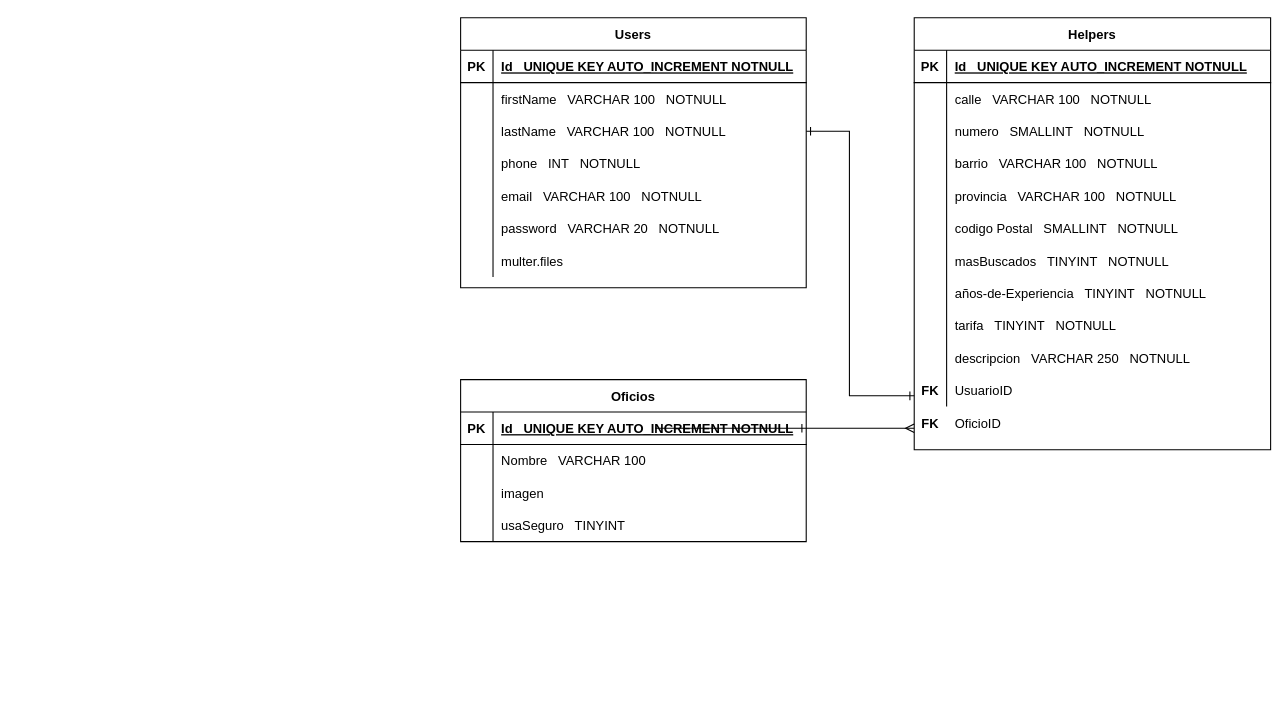
The draw.io diagram docs/diagrama-tablas.drawio in 0122CDFSNCN06LAED/grupo-06, before the edit. Source tidied: cells renumbered, new cells numbered last; positions are measured from the earlier drawing's top-left corner, leaving out a move shared by most shapes. Both pictures are drawn from the tidied source at 108%, with x=0, y=0 at pixel (460, 17).
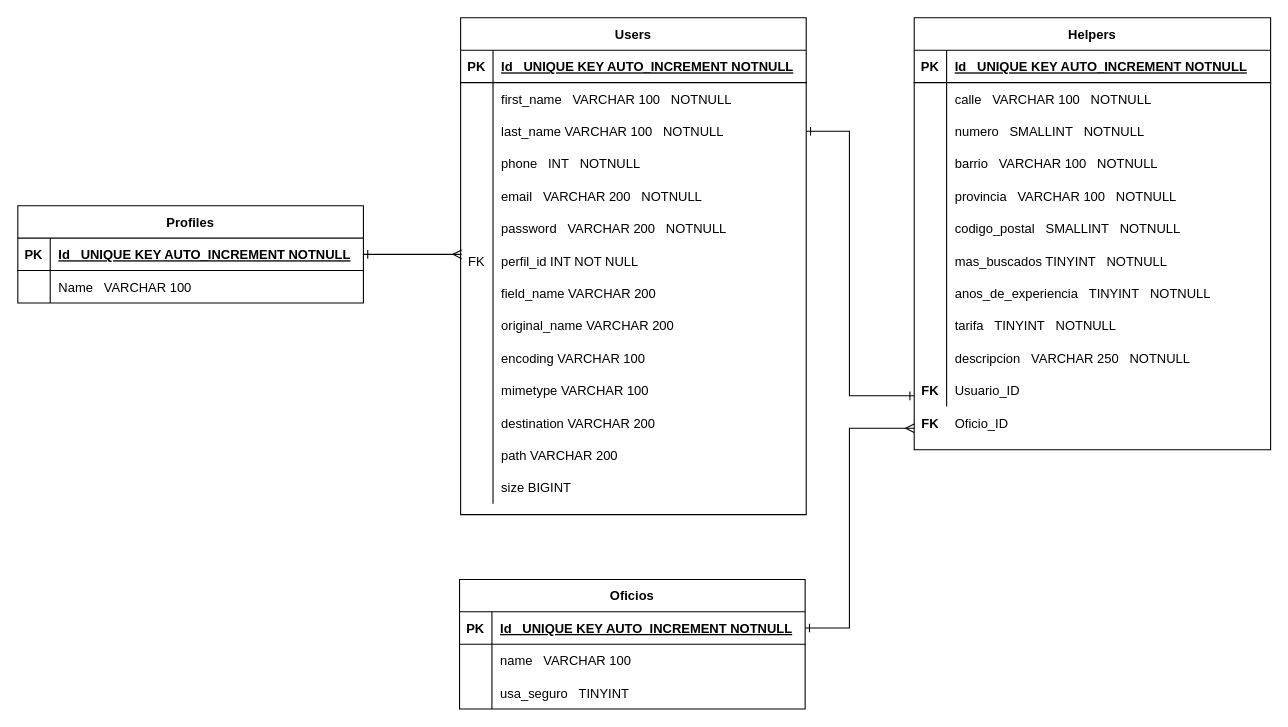
The same diagram, later.

Commit message (it also covers changes not shown here):
ajutes tablas y armado script de estructura

Unchanged cells that the change refers to:
```xml
<mxCell id="6" style="shape=tableRow;horizontal=0;startSize=0;swimlaneHead=0;swimlaneBody=0;fillColor=none;top=0;left=0;right=0;bottom=0;" parent="2" vertex="1">
  <mxGeometry y="60" width="320" height="30" as="geometry" />
</mxCell>
<mxCell id="9" style="shape=tableRow;horizontal=0;startSize=0;swimlaneHead=0;swimlaneBody=0;fillColor=none;points=[[0,0.5],[1,0.5]];portConstraint=eastwest;top=0;left=0;right=0;bottom=0;" parent="2" vertex="1">
  <mxGeometry y="90" width="320" height="30" as="geometry" />
</mxCell>
<mxCell id="15" style="shape=tableRow;horizontal=0;startSize=0;swimlaneHead=0;swimlaneBody=0;fillColor=none;top=0;left=0;right=0;bottom=0;" parent="2" vertex="1">
  <mxGeometry y="150" width="320" height="30" as="geometry" />
</mxCell>
<mxCell id="18" style="shape=tableRow;horizontal=0;startSize=0;swimlaneHead=0;swimlaneBody=0;fillColor=none;top=0;left=0;right=0;bottom=0;" parent="2" vertex="1">
  <mxGeometry y="180" width="320" height="30" as="geometry" />
</mxCell>
<mxCell id="21" style="shape=tableRow;horizontal=0;startSize=0;swimlaneHead=0;swimlaneBody=0;fillColor=none;points=[[0,0.5],[1,0.5]];portConstraint=eastwest;top=0;left=0;right=0;bottom=0;" parent="2" vertex="1">
  <mxGeometry y="210" width="320" height="30" as="geometry" />
</mxCell>
<mxCell id="40" style="shape=tableRow;horizontal=0;startSize=0;swimlaneHead=0;swimlaneBody=0;fillColor=none;top=0;left=0;right=0;bottom=0;" parent="24" vertex="1">
  <mxGeometry y="180" width="330" height="30" as="geometry" />
</mxCell>
<mxCell id="43" style="shape=tableRow;horizontal=0;startSize=0;swimlaneHead=0;swimlaneBody=0;fillColor=none;top=0;left=0;right=0;bottom=0;" parent="24" vertex="1">
  <mxGeometry y="210" width="330" height="30" as="geometry" />
</mxCell>
<mxCell id="46" style="shape=tableRow;horizontal=0;startSize=0;swimlaneHead=0;swimlaneBody=0;fillColor=none;top=0;left=0;right=0;bottom=0;" parent="24" vertex="1">
  <mxGeometry y="240" width="330" height="30" as="geometry" />
</mxCell>
<mxCell id="55" style="shape=tableRow;horizontal=0;startSize=0;swimlaneHead=0;swimlaneBody=0;fillColor=none;top=0;left=0;right=0;bottom=0;" parent="24" vertex="1">
  <mxGeometry y="330" width="330" height="30" as="geometry" />
</mxCell>
<mxCell id="59" style="shape=tableRow;horizontal=0;startSize=0;swimlaneHead=0;swimlaneBody=0;fillColor=none;points=[[0,0.5],[1,0.5]];portConstraint=eastwest;top=0;left=0;right=0;bottom=1;" parent="58" vertex="1">
  <mxGeometry y="30" width="320" height="30" as="geometry" />
</mxCell>
<mxCell id="62" style="shape=tableRow;horizontal=0;startSize=0;swimlaneHead=0;swimlaneBody=0;fillColor=none;top=0;left=0;right=0;bottom=0;" parent="58" vertex="1">
  <mxGeometry y="60" width="320" height="30" as="geometry" />
</mxCell>
```

The edit, as a diff of the source:
```diff
@@
     <mxCell id="2" value="Users" style="shape=table;startSize=30;childLayout=tableLayout;rowLines=0;fontStyle=1;align=center;" parent="1" vertex="1">
-      <mxGeometry width="320" height="250" as="geometry" />
+      <mxGeometry width="320" height="460" as="geometry" />
     </mxCell>
@@
-    <mxCell id="8" value="firstName   VARCHAR 100   NOTNULL" style="shape=partialRectangle;fillColor=none;top=0;left=0;bottom=0;right=0;align=left;spacingLeft=6;overflow=hidden;" parent="6" vertex="1">
+    <mxCell id="8" value="first_name   VARCHAR 100   NOTNULL" style="shape=partialRectangle;fillColor=none;top=0;left=0;bottom=0;right=0;align=left;spacingLeft=6;overflow=hidden;" parent="6" vertex="1">
       <mxGeometry x="30" width="290" height="30" as="geometry" />
     </mxCell>
@@
-    <mxCell id="11" value="lastName   VARCHAR 100   NOTNULL" style="shape=partialRectangle;fillColor=none;top=0;left=0;bottom=0;right=0;align=left;spacingLeft=6;overflow=hidden;" parent="9" vertex="1">
+    <mxCell id="11" value="last_name VARCHAR 100   NOTNULL" style="shape=partialRectangle;fillColor=none;top=0;left=0;bottom=0;right=0;align=left;spacingLeft=6;overflow=hidden;" parent="9" vertex="1">
       <mxGeometry x="30" width="290" height="30" as="geometry" />
     </mxCell>
@@
-    <mxCell id="17" value="email   VARCHAR 100   NOTNULL" style="shape=partialRectangle;fillColor=none;top=0;left=0;bottom=0;right=0;align=left;spacingLeft=6;overflow=hidden;" parent="15" vertex="1">
+    <mxCell id="17" value="email   VARCHAR 200   NOTNULL" style="shape=partialRectangle;fillColor=none;top=0;left=0;bottom=0;right=0;align=left;spacingLeft=6;overflow=hidden;" parent="15" vertex="1">
       <mxGeometry x="30" width="290" height="30" as="geometry" />
     </mxCell>
@@
-    <mxCell id="20" value="password   VARCHAR 20   NOTNULL" style="shape=partialRectangle;fillColor=none;top=0;left=0;bottom=0;right=0;align=left;spacingLeft=6;overflow=hidden;" parent="18" vertex="1">
+    <mxCell id="20" value="password   VARCHAR 200   NOTNULL" style="shape=partialRectangle;fillColor=none;top=0;left=0;bottom=0;right=0;align=left;spacingLeft=6;overflow=hidden;" parent="18" vertex="1">
       <mxGeometry x="30" width="290" height="30" as="geometry" />
     </mxCell>
@@
-    <mxCell id="22" style="shape=partialRectangle;fillColor=none;top=0;left=0;bottom=0;right=0;overflow=hidden;" parent="21" vertex="1">
+    <mxCell id="22" value="FK" style="shape=partialRectangle;fillColor=none;top=0;left=0;bottom=0;right=0;overflow=hidden;" parent="21" vertex="1">
       <mxGeometry width="30" height="30" as="geometry" />
     </mxCell>
-    <mxCell id="23" value="multer.files" style="shape=partialRectangle;fillColor=none;top=0;left=0;bottom=0;right=0;align=left;spacingLeft=6;overflow=hidden;" parent="21" vertex="1">
+    <mxCell id="23" value="perfil_id INT NOT NULL" style="shape=partialRectangle;fillColor=none;top=0;left=0;bottom=0;right=0;align=left;spacingLeft=6;overflow=hidden;" parent="21" vertex="1">
       <mxGeometry x="30" width="290" height="30" as="geometry" />
     </mxCell>
+    <mxCell id="76" style="shape=tableRow;horizontal=0;startSize=0;swimlaneHead=0;swimlaneBody=0;fillColor=none;top=0;left=0;right=0;bottom=0;" parent="2" vertex="1">
+      <mxGeometry y="240" width="320" height="30" as="geometry" />
+    </mxCell>
+    <mxCell id="77" style="shape=partialRectangle;fillColor=none;top=0;left=0;bottom=0;right=0;overflow=hidden;" parent="76" vertex="1">
+      <mxGeometry width="30" height="30" as="geometry" />
+    </mxCell>
+    <mxCell id="78" value="field_name VARCHAR 200" style="shape=partialRectangle;fillColor=none;top=0;left=0;bottom=0;right=0;align=left;spacingLeft=6;overflow=hidden;" parent="76" vertex="1">
+      <mxGeometry x="30" width="290" height="30" as="geometry" />
+    </mxCell>
+    <mxCell id="79" style="shape=tableRow;horizontal=0;startSize=0;swimlaneHead=0;swimlaneBody=0;fillColor=none;top=0;left=0;right=0;bottom=0;" parent="2" vertex="1">
+      <mxGeometry y="270" width="320" height="30" as="geometry" />
+    </mxCell>
+    <mxCell id="80" style="shape=partialRectangle;fillColor=none;top=0;left=0;bottom=0;right=0;overflow=hidden;" parent="79" vertex="1">
+      <mxGeometry width="30" height="30" as="geometry" />
+    </mxCell>
+    <mxCell id="81" value="original_name VARCHAR 200" style="shape=partialRectangle;fillColor=none;top=0;left=0;bottom=0;right=0;align=left;spacingLeft=6;overflow=hidden;" parent="79" vertex="1">
+      <mxGeometry x="30" width="290" height="30" as="geometry" />
+    </mxCell>
+    <mxCell id="82" style="shape=tableRow;horizontal=0;startSize=0;swimlaneHead=0;swimlaneBody=0;fillColor=none;top=0;left=0;right=0;bottom=0;" parent="2" vertex="1">
+      <mxGeometry y="300" width="320" height="30" as="geometry" />
+    </mxCell>
+    <mxCell id="83" style="shape=partialRectangle;fillColor=none;top=0;left=0;bottom=0;right=0;overflow=hidden;" parent="82" vertex="1">
+      <mxGeometry width="30" height="30" as="geometry" />
+    </mxCell>
+    <mxCell id="84" value="encoding VARCHAR 100" style="shape=partialRectangle;fillColor=none;top=0;left=0;bottom=0;right=0;align=left;spacingLeft=6;overflow=hidden;" parent="82" vertex="1">
+      <mxGeometry x="30" width="290" height="30" as="geometry" />
+    </mxCell>
+    <mxCell id="85" style="shape=tableRow;horizontal=0;startSize=0;swimlaneHead=0;swimlaneBody=0;fillColor=none;top=0;left=0;right=0;bottom=0;" parent="2" vertex="1">
+      <mxGeometry y="330" width="320" height="30" as="geometry" />
+    </mxCell>
+    <mxCell id="86" style="shape=partialRectangle;fillColor=none;top=0;left=0;bottom=0;right=0;overflow=hidden;" parent="85" vertex="1">
+      <mxGeometry width="30" height="30" as="geometry" />
+    </mxCell>
+    <mxCell id="87" value="mimetype VARCHAR 100" style="shape=partialRectangle;fillColor=none;top=0;left=0;bottom=0;right=0;align=left;spacingLeft=6;overflow=hidden;" parent="85" vertex="1">
+      <mxGeometry x="30" width="290" height="30" as="geometry" />
+    </mxCell>
+    <mxCell id="88" style="shape=tableRow;horizontal=0;startSize=0;swimlaneHead=0;swimlaneBody=0;fillColor=none;top=0;left=0;right=0;bottom=0;" parent="2" vertex="1">
+      <mxGeometry y="360" width="320" height="30" as="geometry" />
+    </mxCell>
+    <mxCell id="89" style="shape=partialRectangle;fillColor=none;top=0;left=0;bottom=0;right=0;overflow=hidden;" parent="88" vertex="1">
+      <mxGeometry width="30" height="30" as="geometry" />
+    </mxCell>
+    <mxCell id="90" value="destination VARCHAR 200" style="shape=partialRectangle;fillColor=none;top=0;left=0;bottom=0;right=0;align=left;spacingLeft=6;overflow=hidden;" parent="88" vertex="1">
+      <mxGeometry x="30" width="290" height="30" as="geometry" />
+    </mxCell>
+    <mxCell id="91" style="shape=tableRow;horizontal=0;startSize=0;swimlaneHead=0;swimlaneBody=0;fillColor=none;top=0;left=0;right=0;bottom=0;" parent="2" vertex="1">
+      <mxGeometry y="390" width="320" height="30" as="geometry" />
+    </mxCell>
+    <mxCell id="92" style="shape=partialRectangle;fillColor=none;top=0;left=0;bottom=0;right=0;overflow=hidden;" parent="91" vertex="1">
+      <mxGeometry width="30" height="30" as="geometry" />
+    </mxCell>
+    <mxCell id="93" value="path VARCHAR 200" style="shape=partialRectangle;fillColor=none;top=0;left=0;bottom=0;right=0;align=left;spacingLeft=6;overflow=hidden;" parent="91" vertex="1">
+      <mxGeometry x="30" width="290" height="30" as="geometry" />
+    </mxCell>
+    <mxCell id="94" style="shape=tableRow;horizontal=0;startSize=0;swimlaneHead=0;swimlaneBody=0;fillColor=none;top=0;left=0;right=0;bottom=0;" parent="2" vertex="1">
+      <mxGeometry y="420" width="320" height="30" as="geometry" />
+    </mxCell>
+    <mxCell id="95" style="shape=partialRectangle;fillColor=none;top=0;left=0;bottom=0;right=0;overflow=hidden;" parent="94" vertex="1">
+      <mxGeometry width="30" height="30" as="geometry" />
+    </mxCell>
+    <mxCell id="96" value="size BIGINT" style="shape=partialRectangle;fillColor=none;top=0;left=0;bottom=0;right=0;align=left;spacingLeft=6;overflow=hidden;" parent="94" vertex="1">
+      <mxGeometry x="30" width="290" height="30" as="geometry" />
+    </mxCell>
@@
-    <mxCell id="42" value="codigo Postal   SMALLINT   NOTNULL" style="shape=partialRectangle;fillColor=none;top=0;left=0;bottom=0;right=0;align=left;spacingLeft=6;overflow=hidden;" parent="40" vertex="1">
+    <mxCell id="42" value="codigo_postal   SMALLINT   NOTNULL" style="shape=partialRectangle;fillColor=none;top=0;left=0;bottom=0;right=0;align=left;spacingLeft=6;overflow=hidden;" parent="40" vertex="1">
       <mxGeometry x="30" width="300" height="30" as="geometry" />
     </mxCell>
@@
-    <mxCell id="45" value="masBuscados   TINYINT   NOTNULL" style="shape=partialRectangle;fillColor=none;top=0;left=0;bottom=0;right=0;align=left;spacingLeft=6;overflow=hidden;" parent="43" vertex="1">
+    <mxCell id="45" value="mas_buscados TINYINT   NOTNULL" style="shape=partialRectangle;fillColor=none;top=0;left=0;bottom=0;right=0;align=left;spacingLeft=6;overflow=hidden;" parent="43" vertex="1">
       <mxGeometry x="30" width="300" height="30" as="geometry" />
     </mxCell>
@@
-    <mxCell id="48" value="años-de-Experiencia   TINYINT   NOTNULL" style="shape=partialRectangle;fillColor=none;top=0;left=0;bottom=0;right=0;align=left;spacingLeft=6;overflow=hidden;" parent="46" vertex="1">
+    <mxCell id="48" value="anos_de_experiencia   TINYINT   NOTNULL" style="shape=partialRectangle;fillColor=none;top=0;left=0;bottom=0;right=0;align=left;spacingLeft=6;overflow=hidden;" parent="46" vertex="1">
       <mxGeometry x="30" width="300" height="30" as="geometry" />
     </mxCell>
@@
-    <mxCell id="57" value="UsuarioID " style="shape=partialRectangle;fillColor=none;top=0;left=0;bottom=0;right=0;align=left;spacingLeft=6;overflow=hidden;" parent="55" vertex="1">
+    <mxCell id="57" value="Usuario_ID " style="shape=partialRectangle;fillColor=none;top=0;left=0;bottom=0;right=0;align=left;spacingLeft=6;overflow=hidden;" parent="55" vertex="1">
       <mxGeometry x="30" width="300" height="30" as="geometry" />
     </mxCell>
     <mxCell id="58" value="Oficios" style="shape=table;startSize=30;childLayout=tableLayout;rowLines=0;fontStyle=1;align=center;" parent="1" vertex="1">
-      <mxGeometry y="335" width="320" height="150" as="geometry" />
+      <mxGeometry x="-1" y="520" width="320" height="120" as="geometry" />
     </mxCell>
@@
-    <mxCell id="64" value="Nombre   VARCHAR 100" style="shape=partialRectangle;fillColor=none;top=0;left=0;bottom=0;right=0;align=left;spacingLeft=6;overflow=hidden;" parent="62" vertex="1">
+    <mxCell id="64" value="name   VARCHAR 100" style="shape=partialRectangle;fillColor=none;top=0;left=0;bottom=0;right=0;align=left;spacingLeft=6;overflow=hidden;" parent="62" vertex="1">
       <mxGeometry x="30" width="290" height="30" as="geometry" />
     </mxCell>
-    <mxCell id="65" style="shape=tableRow;horizontal=0;startSize=0;swimlaneHead=0;swimlaneBody=0;fillColor=none;top=0;left=0;right=0;bottom=0;" parent="58" vertex="1">
-      <mxGeometry y="90" width="320" height="30" as="geometry" />
-    </mxCell>
-    <mxCell id="66" style="shape=partialRectangle;fillColor=none;top=0;left=0;bottom=0;right=0;overflow=hidden;" parent="65" vertex="1">
-      <mxGeometry width="30" height="30" as="geometry" />
-    </mxCell>
-    <mxCell id="67" value="imagen" style="shape=partialRectangle;fillColor=none;top=0;left=0;bottom=0;right=0;align=left;spacingLeft=6;overflow=hidden;" parent="65" vertex="1">
-      <mxGeometry x="30" width="290" height="30" as="geometry" />
-    </mxCell>
     <mxCell id="68" style="shape=tableRow;horizontal=0;startSize=0;swimlaneHead=0;swimlaneBody=0;fillColor=none;top=0;left=0;right=0;bottom=0;" parent="58" vertex="1">
-      <mxGeometry y="120" width="320" height="30" as="geometry" />
+      <mxGeometry y="90" width="320" height="30" as="geometry" />
     </mxCell>
@@
-    <mxCell id="70" value="usaSeguro   TINYINT" style="shape=partialRectangle;fillColor=none;top=0;left=0;bottom=0;right=0;align=left;spacingLeft=6;overflow=hidden;" parent="68" vertex="1">
+    <mxCell id="70" value="usa_seguro   TINYINT" style="shape=partialRectangle;fillColor=none;top=0;left=0;bottom=0;right=0;align=left;spacingLeft=6;overflow=hidden;" parent="68" vertex="1">
       <mxGeometry x="30" width="290" height="30" as="geometry" />
     </mxCell>
@@
-    <mxCell id="73" value="OficioID " style="shape=partialRectangle;fillColor=none;top=0;left=0;bottom=0;right=0;align=left;spacingLeft=6;overflow=hidden;" parent="1" vertex="1">
+    <mxCell id="73" value="Oficio_ID " style="shape=partialRectangle;fillColor=none;top=0;left=0;bottom=0;right=0;align=left;spacingLeft=6;overflow=hidden;" parent="1" vertex="1">
       <mxGeometry x="450" y="360" width="190" height="30" as="geometry" />
     </mxCell>
@@
     <mxCell id="75" style="edgeStyle=orthogonalEdgeStyle;rounded=0;jettySize=auto;html=1;exitX=1;exitY=0.5;exitDx=0;exitDy=0;startArrow=ERone;startFill=0;endArrow=ERmany;endFill=0;" parent="1" edge="1" source="59">
       <mxGeometry relative="1" as="geometry">
         <mxPoint x="420" y="380" as="targetPoint" />
         <Array as="points">
-          <mxPoint x="180" y="380" />
+          <mxPoint x="360" y="565" />
+          <mxPoint x="360" y="380" />
         </Array>
       </mxGeometry>
     </mxCell>
+    <mxCell id="97" value="Profiles" style="shape=table;startSize=30;childLayout=tableLayout;rowLines=0;fontStyle=1;align=center;" parent="1" vertex="1">
+      <mxGeometry x="-410" y="174" width="320" height="90" as="geometry" />
+    </mxCell>
+    <mxCell id="98" style="shape=tableRow;horizontal=0;startSize=0;swimlaneHead=0;swimlaneBody=0;fillColor=none;points=[[0,0.5],[1,0.5]];portConstraint=eastwest;top=0;left=0;right=0;bottom=1;" parent="97" vertex="1">
+      <mxGeometry y="30" width="320" height="30" as="geometry" />
+    </mxCell>
+    <mxCell id="99" value="PK" style="shape=partialRectangle;fillColor=none;top=0;left=0;bottom=0;right=0;fontStyle=1;overflow=hidden;" parent="98" vertex="1">
+      <mxGeometry width="30" height="30" as="geometry" />
+    </mxCell>
+    <mxCell id="100" value="Id   UNIQUE KEY AUTO_INCREMENT NOTNULL" style="shape=partialRectangle;fillColor=none;top=0;left=0;bottom=0;right=0;align=left;spacingLeft=6;fontStyle=5;overflow=hidden;" parent="98" vertex="1">
+      <mxGeometry x="30" width="290" height="30" as="geometry" />
+    </mxCell>
+    <mxCell id="101" style="shape=tableRow;horizontal=0;startSize=0;swimlaneHead=0;swimlaneBody=0;fillColor=none;top=0;left=0;right=0;bottom=0;" parent="97" vertex="1">
+      <mxGeometry y="60" width="320" height="30" as="geometry" />
+    </mxCell>
+    <mxCell id="102" style="shape=partialRectangle;fillColor=none;top=0;left=0;bottom=0;right=0;overflow=hidden;" parent="101" vertex="1">
+      <mxGeometry width="30" height="30" as="geometry" />
+    </mxCell>
+    <mxCell id="103" value="Name   VARCHAR 100" style="shape=partialRectangle;fillColor=none;top=0;left=0;bottom=0;right=0;align=left;spacingLeft=6;overflow=hidden;" parent="101" vertex="1">
+      <mxGeometry x="30" width="290" height="30" as="geometry" />
+    </mxCell>
+    <mxCell id="104" style="edgeStyle=orthogonalEdgeStyle;rounded=0;jettySize=auto;html=1;exitX=1;exitY=0.5;exitDx=0;exitDy=0;startArrow=ERone;startFill=0;endArrow=ERmany;endFill=0;entryX=0.003;entryY=0.3;entryDx=0;entryDy=0;entryPerimeter=0;" parent="1" edge="1" source="98" target="21">
+      <mxGeometry relative="1" as="geometry">
+        <Array as="points">
+          <mxPoint x="-80" y="219" />
+        </Array>
+      </mxGeometry>
+    </mxCell>
```
